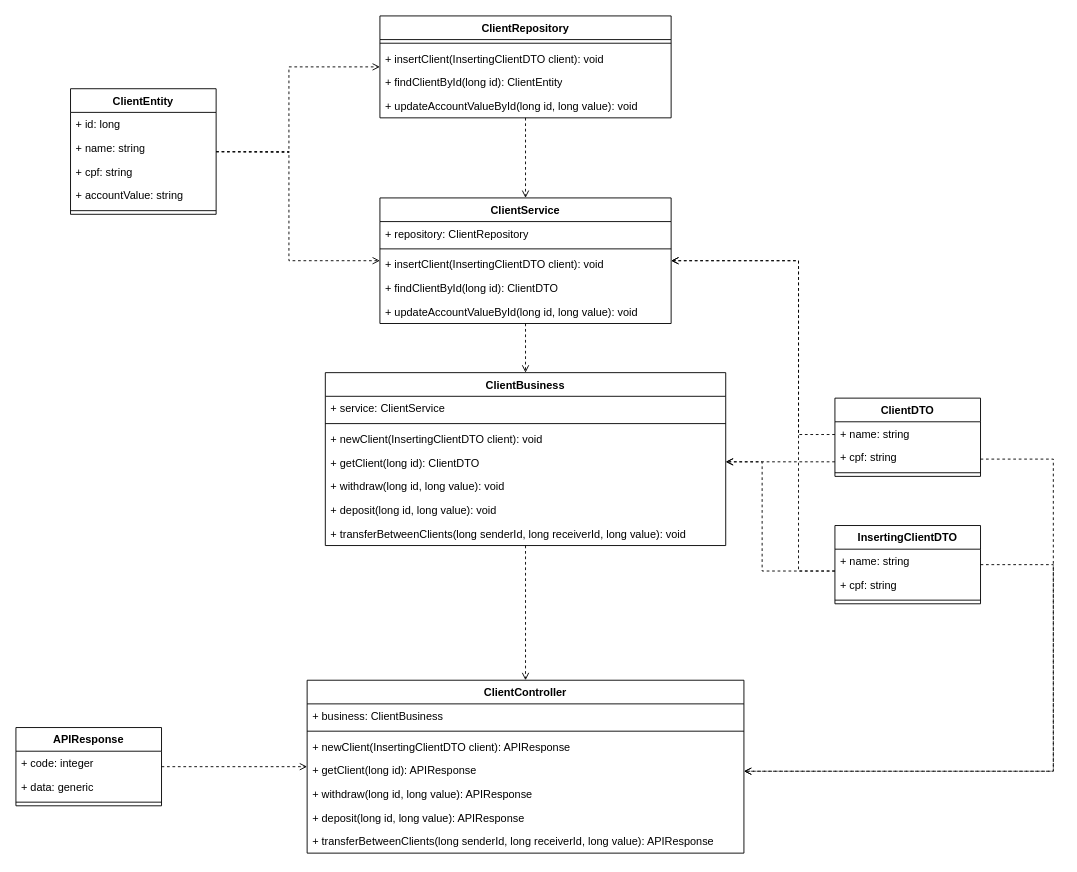
Bruzaum/gestaoBancaria-SOO keeps this draw.io diagram as Diagrama sem nome.drawio. Above is the earlier version. Source tidied: cells renumbered, new cells numbered last; positions are measured from the earlier drawing's top-left corner, leaving out a move shared by most shapes. Both pictures are drawn from the tidied source at 91%, with x=0, y=0 at pixel (15, 15).
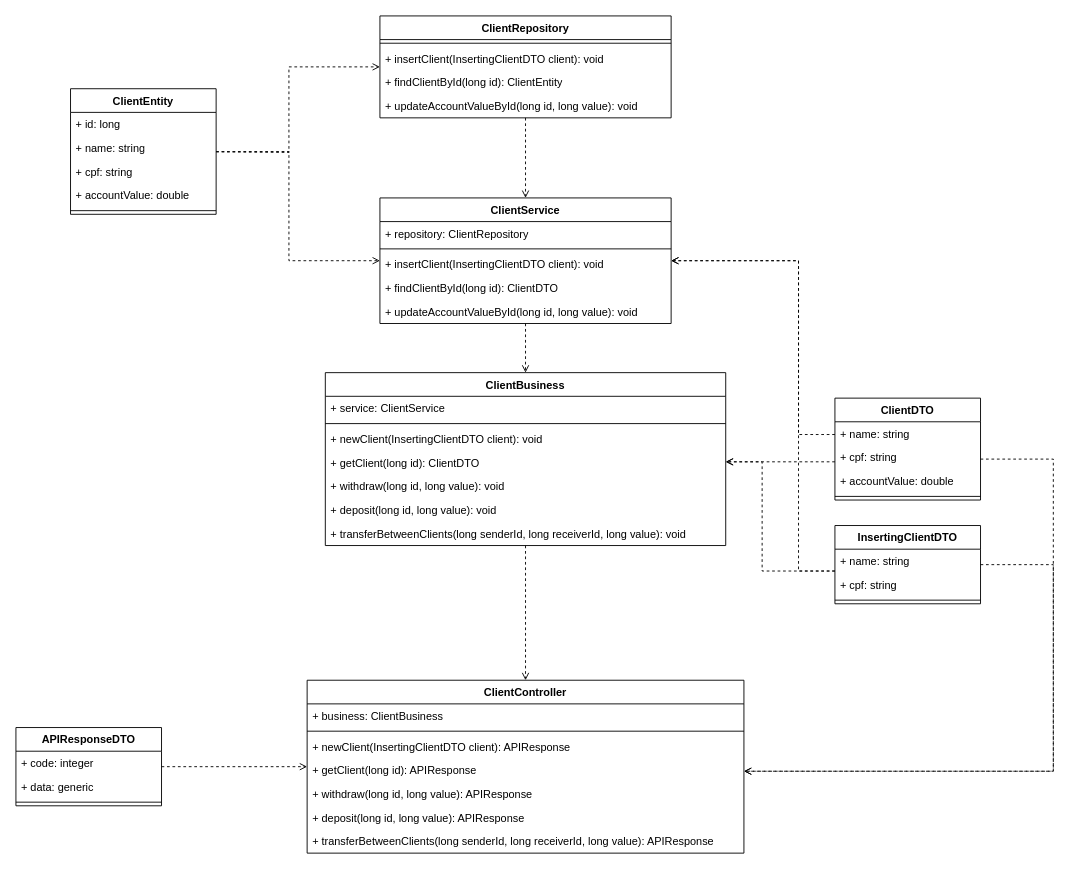
The same page after the edit.

The change refers to these unchanged cells:
```xml
<mxCell id="4" value="ClientEntity" style="swimlane;fontStyle=1;align=center;verticalAlign=top;horizontal=1;startSize=26;whiteSpace=wrap;html=1;fillColor=default;" parent="1" vertex="1">
  <mxGeometry x="60" y="80" width="160" height="138" as="geometry" />
</mxCell>
```

Change to the diagram source:
```diff
@@
-    <mxCell id="8" value="+ accountValue: string" style="text;strokeColor=none;fillColor=none;align=left;verticalAlign=top;spacingLeft=4;spacingRight=4;overflow=hidden;whiteSpace=wrap;html=1;" parent="4" vertex="1">
+    <mxCell id="8" value="+ accountValue: double" style="text;strokeColor=none;fillColor=none;align=left;verticalAlign=top;spacingLeft=4;spacingRight=4;overflow=hidden;whiteSpace=wrap;html=1;" parent="4" vertex="1">
       <mxGeometry y="104" width="160" height="26" as="geometry" />
     </mxCell>
@@
-    <mxCell id="41" value="APIResponse" style="swimlane;fontStyle=1;align=center;verticalAlign=top;horizontal=1;startSize=26;whiteSpace=wrap;html=1;" parent="1" vertex="1">
+    <mxCell id="41" value="APIResponseDTO" style="swimlane;fontStyle=1;align=center;verticalAlign=top;horizontal=1;startSize=26;whiteSpace=wrap;html=1;" parent="1" vertex="1">
       <mxGeometry y="782" width="160" height="86" as="geometry" />
     </mxCell>
@@
     <mxCell id="56" value="ClientDTO" style="swimlane;fontStyle=1;align=center;verticalAlign=top;horizontal=1;startSize=26;whiteSpace=wrap;html=1;" parent="1" vertex="1">
-      <mxGeometry x="900" y="420" width="160" height="86" as="geometry" />
+      <mxGeometry x="900" y="420" width="160" height="112" as="geometry" />
     </mxCell>
@@
+    <mxCell id="60" value="+ accountValue: double" style="text;strokeColor=none;fillColor=none;align=left;verticalAlign=top;spacingLeft=4;spacingRight=4;overflow=hidden;whiteSpace=wrap;html=1;" parent="56" vertex="1">
+      <mxGeometry y="78" width="160" height="26" as="geometry" />
+    </mxCell>
     <mxCell id="59" style="line;strokeWidth=1;fillColor=none;align=left;verticalAlign=middle;spacingTop=-1;spacingLeft=3;spacingRight=3;labelPosition=right;strokeColor=inherit;" parent="56" vertex="1">
-      <mxGeometry y="78" width="160" height="8" as="geometry" />
+      <mxGeometry y="104" width="160" height="8" as="geometry" />
     </mxCell>
```
